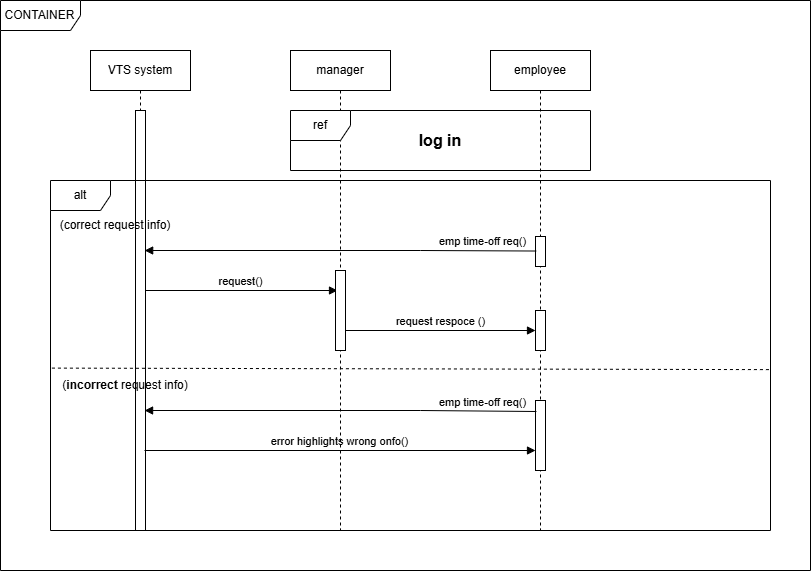
Above: task1/manageTime_sequenceDiagram.drawio.png in zieadkh/Mentorship (draw.io), before the change. Source tidied: cells renumbered, new cells last; positions are measured from the earlier drawing's top-left corner, leaving out a move shared by most shapes.
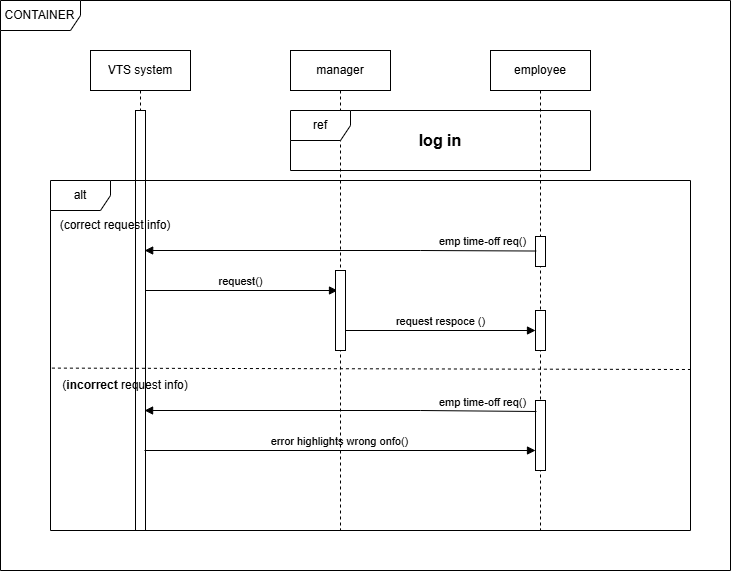
The same file after the commit.

Diff of the diagram source:
```diff
@@ -33,7 +33,7 @@
       </mxGeometry>
     </mxCell>
     <mxCell id="11" value="alt" style="shape=umlFrame;whiteSpace=wrap;html=1;labelBackgroundColor=none;" parent="1" vertex="1">
-      <mxGeometry x="50" y="180" width="720" height="350" as="geometry" />
+      <mxGeometry x="50" y="180" width="640" height="350" as="geometry" />
     </mxCell>
     <mxCell id="12" value="error highlights wrong onfo()" style="html=1;verticalAlign=bottom;endArrow=block;curved=0;rounded=0;strokeWidth=1;labelBackgroundColor=none;fontColor=default;" parent="1" edge="1">
       <mxGeometry x="-0.01" relative="1" as="geometry">
@@ -63,10 +63,10 @@
         <mxPoint x="345" y="330" as="sourcePoint" />
       </mxGeometry>
     </mxCell>
-    <mxCell id="18" style="endArrow=none;dashed=1;html=1;rounded=0;exitX=0.002;exitY=0.67;exitDx=0;exitDy=0;exitPerimeter=0;entryX=1;entryY=0.674;entryDx=0;entryDy=0;entryPerimeter=0;labelBackgroundColor=none;fontColor=default;" parent="1" edge="1">
+    <mxCell id="18" style="endArrow=none;dashed=1;html=1;rounded=0;exitX=0.002;exitY=0.67;exitDx=0;exitDy=0;exitPerimeter=0;labelBackgroundColor=none;fontColor=default;" parent="1" edge="1">
       <mxGeometry relative="1" as="geometry">
         <mxPoint x="51.4" y="367.6" as="sourcePoint" />
-        <mxPoint x="770" y="369.1" as="targetPoint" />
+        <mxPoint x="690" y="369" as="targetPoint" />
       </mxGeometry>
     </mxCell>
     <mxCell id="19" value="(&lt;b&gt;incorrect&lt;/b&gt; request info)" style="text;html=1;whiteSpace=wrap;strokeColor=none;fillColor=none;align=center;verticalAlign=middle;rounded=0;labelBackgroundColor=none;" parent="1" vertex="1">
@@ -82,7 +82,7 @@
       </mxGeometry>
     </mxCell>
     <mxCell id="21" value="CONTAINER" style="shape=umlFrame;whiteSpace=wrap;html=1;width=80;height=30;labelBackgroundColor=none;" parent="1" vertex="1">
-      <mxGeometry width="810" height="570" as="geometry" />
+      <mxGeometry width="730" height="570" as="geometry" />
     </mxCell>
   </root>
 </mxGraphModel>
```
